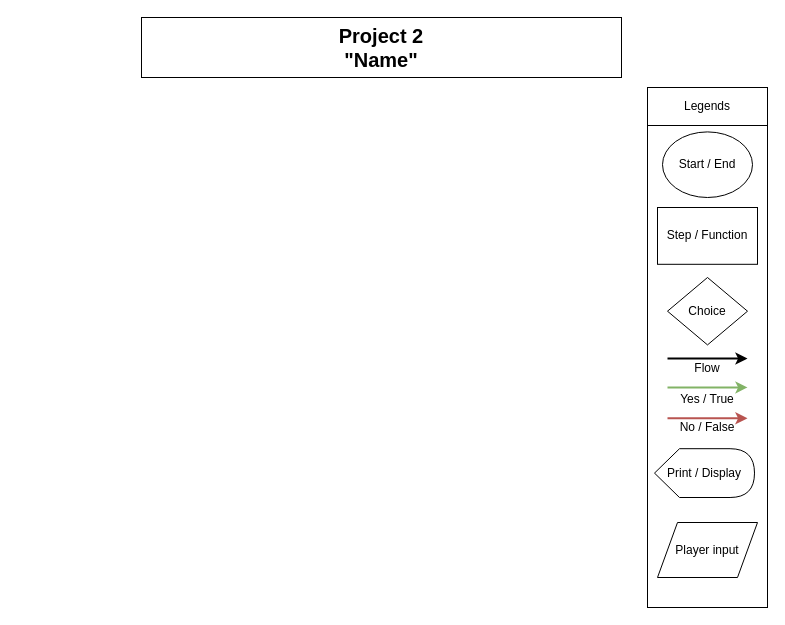
The draw.io diagram page "Login" (1 of 2) of external/project_2.drawio in StendWood/Project2_SavalFer, before the edit. Source tidied: cells renumbered, new cells numbered last; positions are measured from the earlier drawing's top-left corner, leaving out a move shared by most shapes. Both pictures are drawn from the tidied source at 100%, with x=0, y=0 at pixel (141, 17).
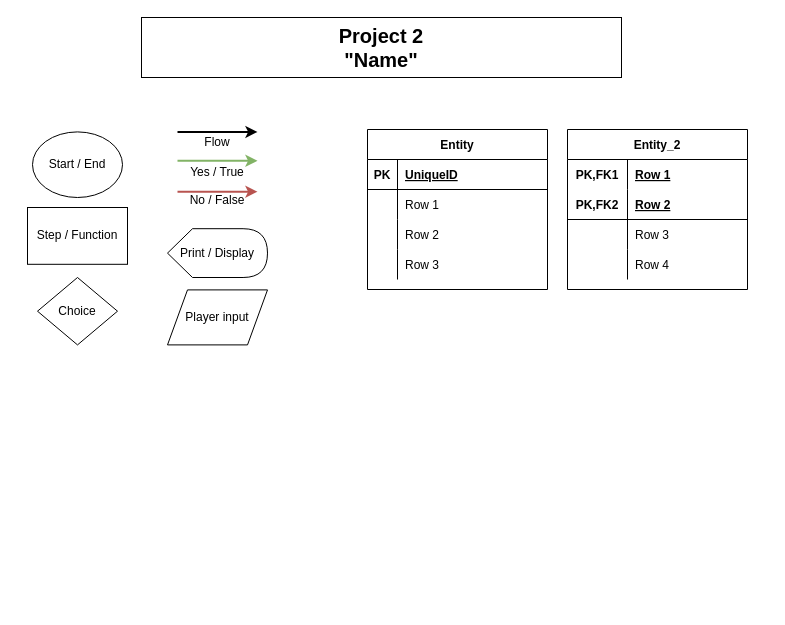
Above is the later version.

Commit message:
DB diagramm | login, user, object and user_object tables

What changed in the source:
```diff
@@
     <mxCell id="2" style="group;" parent="1" vertex="1">
-      <mxGeometry x="506" y="70" width="120" height="520" as="geometry" />
+      <mxGeometry x="-124" y="70" width="740" height="520" as="geometry" />
     </mxCell>
-    <mxCell id="3" style="group;" parent="2" vertex="1">
-      <mxGeometry width="120" height="520" as="geometry" />
-    </mxCell>
-    <mxCell id="4" style="rounded=0;whiteSpace=wrap;html=1;" parent="3" vertex="1">
-      <mxGeometry width="120" height="520" as="geometry" />
-    </mxCell>
-    <mxCell id="5" value="Start / End" style="ellipse;whiteSpace=wrap;html=1;" parent="3" vertex="1">
+    <mxCell id="5" value="Start / End" style="ellipse;whiteSpace=wrap;html=1;" parent="2" vertex="1">
       <mxGeometry x="15" y="44.4" width="90" height="65.6" as="geometry" />
     </mxCell>
-    <mxCell id="6" value="Step / Function" style="rounded=0;whiteSpace=wrap;html=1;" parent="3" vertex="1">
+    <mxCell id="6" value="Step / Function" style="rounded=0;whiteSpace=wrap;html=1;" parent="2" vertex="1">
       <mxGeometry x="10" y="120" width="100" height="56.8" as="geometry" />
     </mxCell>
-    <mxCell id="7" value="Choice" style="rhombus;whiteSpace=wrap;html=1;" parent="3" vertex="1">
+    <mxCell id="7" value="Choice" style="rhombus;whiteSpace=wrap;html=1;" parent="2" vertex="1">
       <mxGeometry x="20" y="190" width="80" height="67.4" as="geometry" />
     </mxCell>
-    <mxCell id="8" style="endArrow=classic;html=1;strokeWidth=2;" parent="3" edge="1">
+    <mxCell id="8" style="endArrow=classic;html=1;strokeWidth=2;" parent="2" edge="1">
       <mxGeometry relative="1" as="geometry">
-        <mxPoint x="20" y="271" as="sourcePoint" />
-        <mxPoint x="100" y="271" as="targetPoint" />
+        <mxPoint x="160" y="44.4" as="sourcePoint" />
+        <mxPoint x="240" y="44.4" as="targetPoint" />
       </mxGeometry>
     </mxCell>
-    <mxCell id="9" style="endArrow=classic;html=1;strokeWidth=2;fillColor=#d5e8d4;strokeColor=#82b366;" parent="3" edge="1">
+    <mxCell id="9" style="endArrow=classic;html=1;strokeWidth=2;fillColor=#d5e8d4;strokeColor=#82b366;" parent="2" edge="1">
       <mxGeometry relative="1" as="geometry">
-        <mxPoint x="20" y="299.9" as="sourcePoint" />
-        <mxPoint x="100" y="299.9" as="targetPoint" />
+        <mxPoint x="160" y="73.3" as="sourcePoint" />
+        <mxPoint x="240" y="73.3" as="targetPoint" />
       </mxGeometry>
     </mxCell>
-    <mxCell id="10" style="endArrow=classic;html=1;strokeWidth=2;fillColor=#f8cecc;strokeColor=#b85450;" parent="3" edge="1">
+    <mxCell id="10" style="endArrow=classic;html=1;strokeWidth=2;fillColor=#f8cecc;strokeColor=#b85450;" parent="2" edge="1">
       <mxGeometry relative="1" as="geometry">
-        <mxPoint x="20" y="330.8" as="sourcePoint" />
-        <mxPoint x="100" y="330.8" as="targetPoint" />
+        <mxPoint x="160" y="104.2" as="sourcePoint" />
+        <mxPoint x="240" y="104.2" as="targetPoint" />
       </mxGeometry>
     </mxCell>
-    <mxCell id="11" value="Flow" style="text;html=1;strokeColor=none;fillColor=none;align=center;verticalAlign=middle;whiteSpace=wrap;rounded=0;" parent="3" vertex="1">
-      <mxGeometry x="20" y="273" width="80" height="16.9" as="geometry" />
+    <mxCell id="11" value="Flow" style="text;html=1;strokeColor=none;fillColor=none;align=center;verticalAlign=middle;whiteSpace=wrap;rounded=0;" parent="2" vertex="1">
+      <mxGeometry x="160" y="46.4" width="80" height="16.9" as="geometry" />
     </mxCell>
-    <mxCell id="12" value="Yes / True" style="text;html=1;strokeColor=none;fillColor=none;align=center;verticalAlign=middle;whiteSpace=wrap;rounded=0;" parent="3" vertex="1">
-      <mxGeometry x="20" y="300" width="80" height="23.8" as="geometry" />
+    <mxCell id="12" value="Yes / True" style="text;html=1;strokeColor=none;fillColor=none;align=center;verticalAlign=middle;whiteSpace=wrap;rounded=0;" parent="2" vertex="1">
+      <mxGeometry x="160" y="73.4" width="80" height="23.8" as="geometry" />
     </mxCell>
-    <mxCell id="13" value="No / False" style="text;html=1;strokeColor=none;fillColor=none;align=center;verticalAlign=middle;whiteSpace=wrap;rounded=0;" parent="3" vertex="1">
-      <mxGeometry x="20" y="331" width="80" height="17.7" as="geometry" />
+    <mxCell id="13" value="No / False" style="text;html=1;strokeColor=none;fillColor=none;align=center;verticalAlign=middle;whiteSpace=wrap;rounded=0;" parent="2" vertex="1">
+      <mxGeometry x="160" y="104.4" width="80" height="17.7" as="geometry" />
     </mxCell>
-    <mxCell id="14" value="Legends" style="text;html=1;fillColor=none;align=center;verticalAlign=middle;whiteSpace=wrap;rounded=0;strokeColor=#000000;" parent="3" vertex="1">
-      <mxGeometry width="120" height="38" as="geometry" />
-    </mxCell>
-    <mxCell id="15" value="Print / Display" style="shape=display;whiteSpace=wrap;html=1;strokeColor=#000000;" parent="3" vertex="1">
-      <mxGeometry x="7" y="361.2" width="100" height="48.8" as="geometry" />
+    <mxCell id="15" value="Print / Display" style="shape=display;whiteSpace=wrap;html=1;strokeColor=#000000;" parent="2" vertex="1">
+      <mxGeometry x="150" y="141.2" width="100" height="48.8" as="geometry" />
     </mxCell>
-    <mxCell id="16" value="Player input" style="shape=parallelogram;perimeter=parallelogramPerimeter;whiteSpace=wrap;html=1;strokeColor=#000000;" parent="3" vertex="1">
-      <mxGeometry x="10" y="435" width="100" height="55" as="geometry" />
+    <mxCell id="16" value="Player input" style="shape=parallelogram;perimeter=parallelogramPerimeter;whiteSpace=wrap;html=1;strokeColor=#000000;" parent="2" vertex="1">
+      <mxGeometry x="150" y="202.4" width="100" height="55" as="geometry" />
     </mxCell>
+    <mxCell id="18" value="Entity" style="shape=table;startSize=30;childLayout=tableLayout;rowLines=0;fontStyle=1;align=center;shadow=0;" parent="2" vertex="1">
+      <mxGeometry x="350" y="42" width="180" height="160" as="geometry" />
+    </mxCell>
+    <mxCell id="19" style="shape=partialRectangle;fillColor=none;top=0;left=0;bottom=1;right=0;" parent="18" vertex="1">
+      <mxGeometry y="30" width="180" height="30" as="geometry" />
+    </mxCell>
+    <mxCell id="20" value="PK" style="shape=partialRectangle;fillColor=none;top=0;left=0;bottom=0;right=0;fontStyle=1;overflow=hidden;" parent="19" vertex="1">
+      <mxGeometry width="30" height="30" as="geometry" />
+    </mxCell>
+    <mxCell id="21" value="UniqueID" style="shape=partialRectangle;fillColor=none;top=0;left=0;bottom=0;right=0;align=left;spacingLeft=6;fontStyle=5;overflow=hidden;" parent="19" vertex="1">
+      <mxGeometry x="30" width="150" height="30" as="geometry" />
+    </mxCell>
+    <mxCell id="22" style="shape=partialRectangle;fillColor=none;top=0;left=0;bottom=0;right=0;" parent="18" vertex="1">
+      <mxGeometry y="60" width="180" height="30" as="geometry" />
+    </mxCell>
+    <mxCell id="23" style="shape=partialRectangle;fillColor=none;top=0;left=0;bottom=0;right=0;overflow=hidden;" parent="22" vertex="1">
+      <mxGeometry width="30" height="30" as="geometry" />
+    </mxCell>
+    <mxCell id="24" value="Row 1" style="shape=partialRectangle;fillColor=none;top=0;left=0;bottom=0;right=0;align=left;spacingLeft=6;overflow=hidden;" parent="22" vertex="1">
+      <mxGeometry x="30" width="150" height="30" as="geometry" />
+    </mxCell>
+    <mxCell id="25" style="shape=partialRectangle;fillColor=none;top=0;left=0;bottom=0;right=0;" parent="18" vertex="1">
+      <mxGeometry y="90" width="180" height="30" as="geometry" />
+    </mxCell>
+    <mxCell id="26" style="shape=partialRectangle;fillColor=none;top=0;left=0;bottom=0;right=0;overflow=hidden;" parent="25" vertex="1">
+      <mxGeometry width="30" height="30" as="geometry" />
+    </mxCell>
+    <mxCell id="27" value="Row 2" style="shape=partialRectangle;fillColor=none;top=0;left=0;bottom=0;right=0;align=left;spacingLeft=6;overflow=hidden;" parent="25" vertex="1">
+      <mxGeometry x="30" width="150" height="30" as="geometry" />
+    </mxCell>
+    <mxCell id="28" style="shape=partialRectangle;fillColor=none;top=0;left=0;bottom=0;right=0;" parent="18" vertex="1">
+      <mxGeometry y="120" width="180" height="30" as="geometry" />
+    </mxCell>
+    <mxCell id="29" style="shape=partialRectangle;fillColor=none;top=0;left=0;bottom=0;right=0;overflow=hidden;" parent="28" vertex="1">
+      <mxGeometry width="30" height="30" as="geometry" />
+    </mxCell>
+    <mxCell id="30" value="Row 3" style="shape=partialRectangle;fillColor=none;top=0;left=0;bottom=0;right=0;align=left;spacingLeft=6;overflow=hidden;" parent="28" vertex="1">
+      <mxGeometry x="30" width="150" height="30" as="geometry" />
+    </mxCell>
+    <mxCell id="31" value="Entity_2" style="shape=table;startSize=30;childLayout=tableLayout;rowLines=0;fontStyle=1;align=center;shadow=0;" parent="2" vertex="1">
+      <mxGeometry x="550" y="42" width="180" height="160" as="geometry" />
+    </mxCell>
+    <mxCell id="32" style="shape=partialRectangle;fillColor=none;top=0;left=0;bottom=0;right=0;" parent="31" vertex="1">
+      <mxGeometry y="30" width="180" height="30" as="geometry" />
+    </mxCell>
+    <mxCell id="33" value="PK,FK1" style="shape=partialRectangle;fillColor=none;top=0;left=0;bottom=0;right=0;fontStyle=1;overflow=hidden;" parent="32" vertex="1">
+      <mxGeometry width="60" height="30" as="geometry" />
+    </mxCell>
+    <mxCell id="34" value="Row 1" style="shape=partialRectangle;fillColor=none;top=0;left=0;bottom=0;right=0;align=left;spacingLeft=6;fontStyle=5;overflow=hidden;" parent="32" vertex="1">
+      <mxGeometry x="60" width="120" height="30" as="geometry" />
+    </mxCell>
+    <mxCell id="35" style="shape=partialRectangle;fillColor=none;top=0;left=0;bottom=1;right=0;" parent="31" vertex="1">
+      <mxGeometry y="60" width="180" height="30" as="geometry" />
+    </mxCell>
+    <mxCell id="36" value="PK,FK2" style="shape=partialRectangle;fillColor=none;top=0;left=0;bottom=0;right=0;fontStyle=1;overflow=hidden;" parent="35" vertex="1">
+      <mxGeometry width="60" height="30" as="geometry" />
+    </mxCell>
+    <mxCell id="37" value="Row 2" style="shape=partialRectangle;fillColor=none;top=0;left=0;bottom=0;right=0;align=left;spacingLeft=6;fontStyle=5;overflow=hidden;" parent="35" vertex="1">
+      <mxGeometry x="60" width="120" height="30" as="geometry" />
+    </mxCell>
+    <mxCell id="38" style="shape=partialRectangle;fillColor=none;top=0;left=0;bottom=0;right=0;" parent="31" vertex="1">
+      <mxGeometry y="90" width="180" height="30" as="geometry" />
+    </mxCell>
+    <mxCell id="39" style="shape=partialRectangle;fillColor=none;top=0;left=0;bottom=0;right=0;overflow=hidden;" parent="38" vertex="1">
+      <mxGeometry width="60" height="30" as="geometry" />
+    </mxCell>
+    <mxCell id="40" value="Row 3" style="shape=partialRectangle;fillColor=none;top=0;left=0;bottom=0;right=0;align=left;spacingLeft=6;overflow=hidden;" parent="38" vertex="1">
+      <mxGeometry x="60" width="120" height="30" as="geometry" />
+    </mxCell>
+    <mxCell id="41" style="shape=partialRectangle;fillColor=none;top=0;left=0;bottom=0;right=0;" parent="31" vertex="1">
+      <mxGeometry y="120" width="180" height="30" as="geometry" />
+    </mxCell>
+    <mxCell id="42" style="shape=partialRectangle;fillColor=none;top=0;left=0;bottom=0;right=0;overflow=hidden;" parent="41" vertex="1">
+      <mxGeometry width="60" height="30" as="geometry" />
+    </mxCell>
+    <mxCell id="43" value="Row 4" style="shape=partialRectangle;fillColor=none;top=0;left=0;bottom=0;right=0;align=left;spacingLeft=6;overflow=hidden;" parent="41" vertex="1">
+      <mxGeometry x="60" width="120" height="30" as="geometry" />
+    </mxCell>
```
